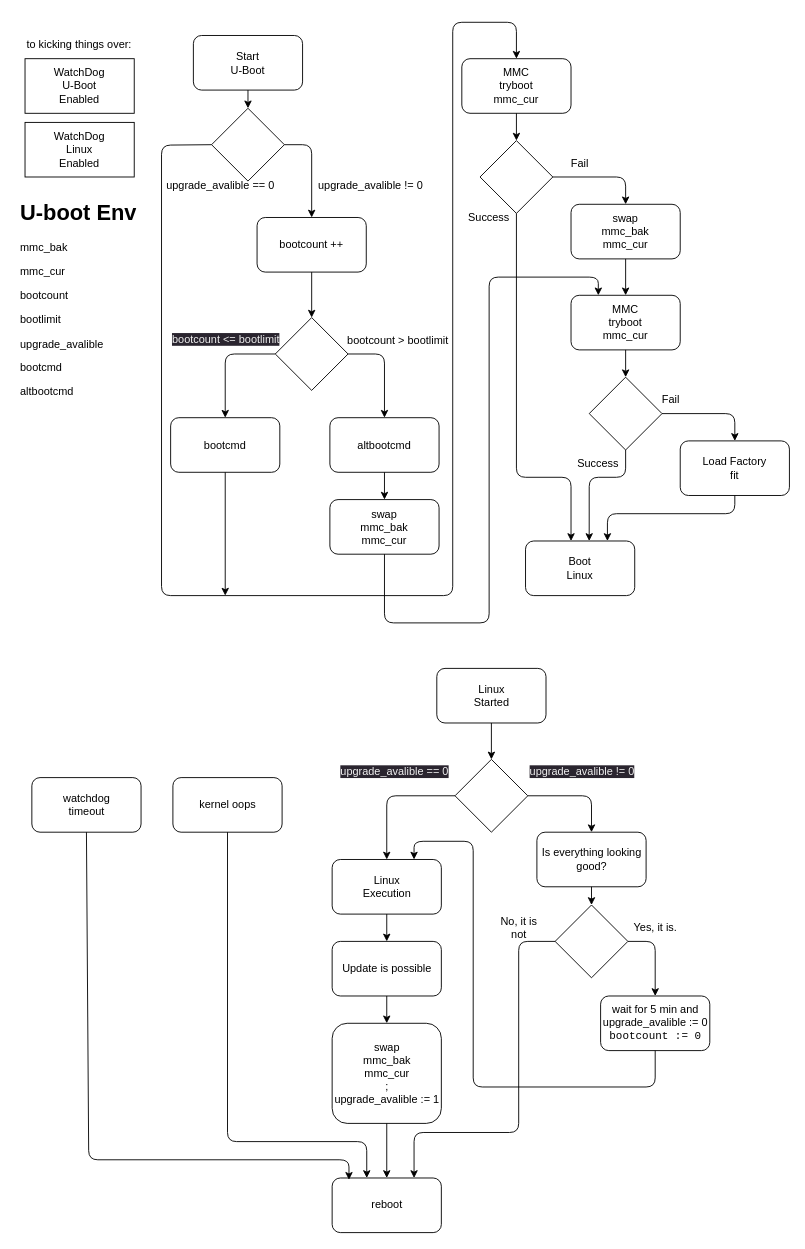
The draw.io diagram restore.drawio in ProxeetTech/mscc-uboot, before the edit. Source tidied: cells renumbered, new cells numbered last; positions are measured from the earlier drawing's top-left corner, leaving out a move shared by most shapes. Both pictures are drawn from the tidied source at 91%, with x=0, y=0 at pixel (15, 22).
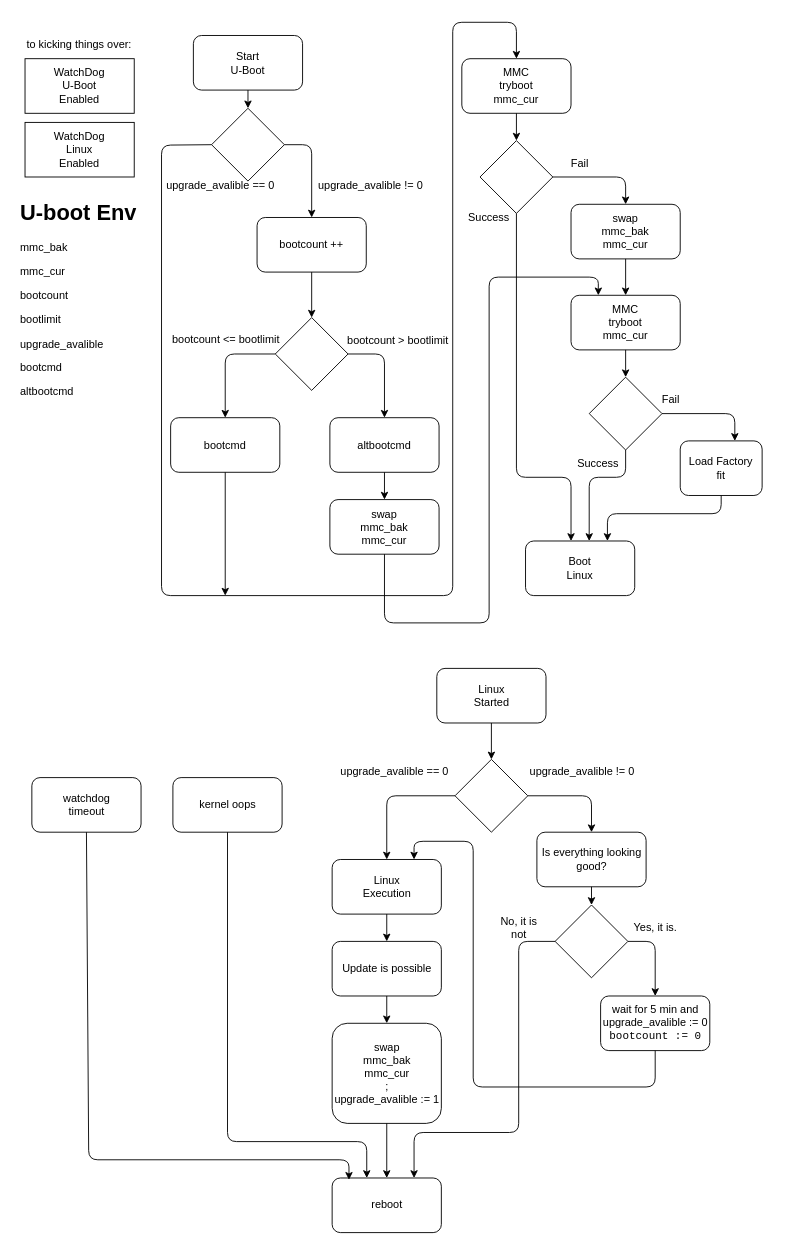
The same page after the edit.

Commit message:
restore scheme

Unchanged cells that the change refers to:
```xml
<mxCell id="17" value="Boot&lt;br&gt;Linux" style="rounded=1;whiteSpace=wrap;html=1;" parent="1" vertex="1">
  <mxGeometry x="560" y="570" width="120" height="60" as="geometry" />
</mxCell>
```

The edit, as a diff of the source:
```diff
@@
     <mxCell id="11" value="Load Factory&lt;br&gt;fit" style="rounded=1;whiteSpace=wrap;html=1;" parent="1" vertex="1">
-      <mxGeometry x="730" y="460" width="120" height="60" as="geometry" />
+      <mxGeometry x="730" y="460" width="90" height="60" as="geometry" />
     </mxCell>
@@
     <mxCell id="24" style="endArrow=classic;html=1;entryX=0.75;entryY=0;entryDx=0;entryDy=0;exitX=0.5;exitY=1;exitDx=0;exitDy=0;" parent="1" edge="1" source="11" target="17">
       <mxGeometry relative="1" as="geometry">
         <Array as="points">
-          <mxPoint x="790" y="540" />
+          <mxPoint x="775" y="540" />
           <mxPoint x="650" y="540" />
         </Array>
       </mxGeometry>
     </mxCell>
@@
-    <mxCell id="38" value="&lt;span style=&quot;color: rgb(240, 240, 240); font-family: Helvetica; font-size: 12px; font-style: normal; font-variant-ligatures: normal; font-variant-caps: normal; font-weight: 400; letter-spacing: normal; orphans: 2; text-align: left; text-indent: 0px; text-transform: none; widows: 2; word-spacing: 0px; -webkit-text-stroke-width: 0px; background-color: rgb(42, 37, 47); text-decoration-thickness: initial; text-decoration-style: initial; text-decoration-color: initial; float: none; display: inline !important;&quot;&gt;bootcount &amp;lt;= bootlimit&lt;/span&gt;" style="text;whiteSpace=wrap;html=1;" parent="1" vertex="1">
+    <mxCell id="38" value="&lt;span style=&quot;font-family: Helvetica; font-size: 12px; font-style: normal; font-variant-ligatures: normal; font-variant-caps: normal; font-weight: 400; letter-spacing: normal; orphans: 2; text-align: left; text-indent: 0px; text-transform: none; widows: 2; word-spacing: 0px; -webkit-text-stroke-width: 0px; text-decoration-thickness: initial; text-decoration-style: initial; text-decoration-color: initial; float: none; display: inline !important;&quot;&gt;bootcount &amp;lt;= bootlimit&lt;/span&gt;" style="text;whiteSpace=wrap;html=1;fontColor=default;" parent="1" vertex="1">
       <mxGeometry x="170" y="334.5" width="140" height="40" as="geometry" />
     </mxCell>
@@
-    <mxCell id="48" value="&lt;span style=&quot;text-align: left;&quot;&gt;wait for 5 min and&lt;br&gt;upgrade_avalible := 0&lt;br&gt;&lt;/span&gt;&lt;code class=&quot;docutils literal notranslate&quot;&gt;&lt;span class=&quot;pre&quot;&gt;bootcount := 0&lt;/span&gt;&lt;/code&gt;&lt;span style=&quot;text-align: left;&quot;&gt;&lt;br&gt;&lt;/span&gt;" style="rounded=1;whiteSpace=wrap;html=1;" parent="1" vertex="1">
+    <mxCell id="48" value="&lt;span style=&quot;text-align: left;&quot;&gt;wait for 5 min and&lt;br&gt;upgrade_avalible := 0&lt;br&gt;&lt;/span&gt;&lt;code style=&quot;&quot; class=&quot;docutils literal notranslate&quot;&gt;&lt;span style=&quot;&quot; class=&quot;pre&quot;&gt;bootcount := 0&lt;/span&gt;&lt;/code&gt;&lt;span style=&quot;text-align: left;&quot;&gt;&lt;br&gt;&lt;/span&gt;" style="rounded=1;whiteSpace=wrap;html=1;" parent="1" vertex="1">
       <mxGeometry x="642.5" y="1070" width="120" height="60" as="geometry" />
     </mxCell>
@@
-    <mxCell id="52" value="&lt;span style=&quot;color: rgb(240, 240, 240); font-family: Helvetica; font-size: 12px; font-style: normal; font-variant-ligatures: normal; font-variant-caps: normal; font-weight: 400; letter-spacing: normal; orphans: 2; text-align: left; text-indent: 0px; text-transform: none; widows: 2; word-spacing: 0px; -webkit-text-stroke-width: 0px; background-color: rgb(42, 37, 47); text-decoration-thickness: initial; text-decoration-style: initial; text-decoration-color: initial; float: none; display: inline !important;&quot;&gt;upgrade_avalible != 0&lt;/span&gt;" style="text;whiteSpace=wrap;html=1;" parent="1" vertex="1">
+    <mxCell id="52" value="&lt;span style=&quot;font-family: Helvetica; font-size: 12px; font-style: normal; font-variant-ligatures: normal; font-variant-caps: normal; font-weight: 400; letter-spacing: normal; orphans: 2; text-align: left; text-indent: 0px; text-transform: none; widows: 2; word-spacing: 0px; -webkit-text-stroke-width: 0px; text-decoration-thickness: initial; text-decoration-style: initial; text-decoration-color: initial; float: none; display: inline !important;&quot;&gt;upgrade_avalible != 0&lt;/span&gt;" style="text;whiteSpace=wrap;html=1;fontColor=default;" parent="1" vertex="1">
       <mxGeometry x="562.5" y="810" width="155" height="40" as="geometry" />
     </mxCell>
@@
-    <mxCell id="61" value="&lt;span style=&quot;color: rgb(240, 240, 240); font-family: Helvetica; font-size: 12px; font-style: normal; font-variant-ligatures: normal; font-variant-caps: normal; font-weight: 400; letter-spacing: normal; orphans: 2; text-align: left; text-indent: 0px; text-transform: none; widows: 2; word-spacing: 0px; -webkit-text-stroke-width: 0px; background-color: rgb(42, 37, 47); text-decoration-thickness: initial; text-decoration-style: initial; text-decoration-color: initial; float: none; display: inline !important;&quot;&gt;upgrade_avalible == 0&lt;/span&gt;" style="text;whiteSpace=wrap;html=1;" parent="1" vertex="1">
+    <mxCell id="61" value="&lt;span style=&quot;font-family: Helvetica; font-size: 12px; font-style: normal; font-variant-ligatures: normal; font-variant-caps: normal; font-weight: 400; letter-spacing: normal; orphans: 2; text-align: left; text-indent: 0px; text-transform: none; widows: 2; word-spacing: 0px; -webkit-text-stroke-width: 0px; text-decoration-thickness: initial; text-decoration-style: initial; text-decoration-color: initial; float: none; display: inline !important;&quot;&gt;upgrade_avalible == 0&lt;/span&gt;" style="text;whiteSpace=wrap;html=1;fontColor=default;" parent="1" vertex="1">
       <mxGeometry x="355" y="810" width="155" height="40" as="geometry" />
     </mxCell>
```
